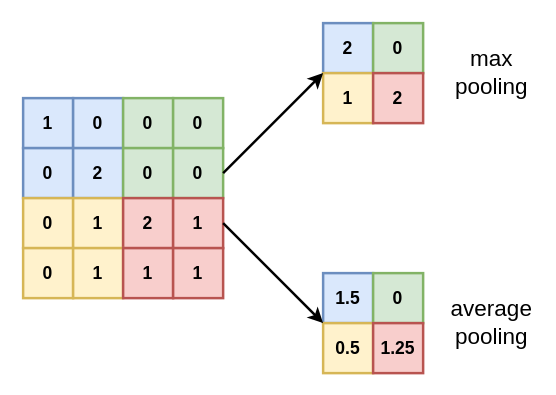
Before: diagrams/6-cvn/pooling.drawio in joshtingey/phd-thesis, a draw.io diagram. Source tidied: cells renumbered, new cells numbered last; positions are measured from the earlier drawing's top-left corner, leaving out a move shared by most shapes. Both pictures are drawn from the tidied source at 125%, with x=0, y=0 at pixel (22, 22).
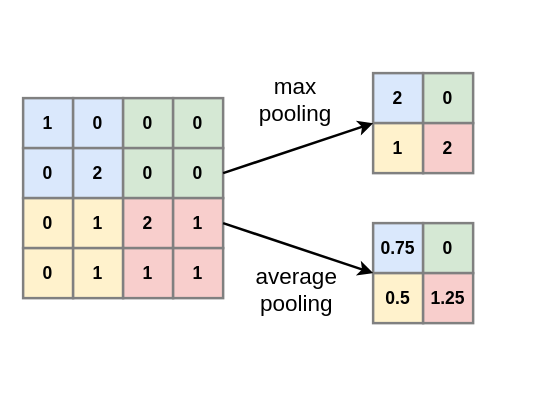
The same diagram, later.

Diff of the diagram source:
```diff
@@
-    <mxCell id="2" value="2" style="whiteSpace=wrap;html=1;horizontal=1;verticalAlign=middle;fontSize=14;fillColor=#dae8fc;fontStyle=1;strokeColor=#6c8ebf;strokeWidth=2;" parent="1" vertex="1">
-      <mxGeometry x="240" width="40" height="40" as="geometry" />
+    <mxCell id="2" value="2" style="whiteSpace=wrap;html=1;horizontal=1;verticalAlign=middle;fontSize=14;fillColor=#dae8fc;fontStyle=1;strokeColor=#808080;strokeWidth=2;" parent="1" vertex="1">
+      <mxGeometry x="280" y="40" width="40" height="40" as="geometry" />
     </mxCell>
-    <mxCell id="3" value="0" style="whiteSpace=wrap;html=1;horizontal=1;verticalAlign=middle;fontSize=14;fillColor=#d5e8d4;fontStyle=1;strokeColor=#82b366;strokeWidth=2;" parent="1" vertex="1">
-      <mxGeometry x="280" width="40" height="40" as="geometry" />
+    <mxCell id="3" value="0" style="whiteSpace=wrap;html=1;horizontal=1;verticalAlign=middle;fontSize=14;fillColor=#d5e8d4;fontStyle=1;strokeColor=#808080;strokeWidth=2;" parent="1" vertex="1">
+      <mxGeometry x="320" y="40" width="40" height="40" as="geometry" />
     </mxCell>
-    <mxCell id="4" value="1" style="whiteSpace=wrap;html=1;horizontal=1;verticalAlign=middle;fontSize=14;fillColor=#fff2cc;fontStyle=1;strokeColor=#d6b656;strokeWidth=2;" parent="1" vertex="1">
-      <mxGeometry x="240" y="40" width="40" height="40" as="geometry" />
+    <mxCell id="4" value="1" style="whiteSpace=wrap;html=1;horizontal=1;verticalAlign=middle;fontSize=14;fillColor=#fff2cc;fontStyle=1;strokeColor=#808080;strokeWidth=2;" parent="1" vertex="1">
+      <mxGeometry x="280" y="80" width="40" height="40" as="geometry" />
     </mxCell>
-    <mxCell id="5" value="2" style="whiteSpace=wrap;html=1;horizontal=1;verticalAlign=middle;fontSize=14;fillColor=#f8cecc;fontStyle=1;strokeColor=#b85450;strokeWidth=2;" parent="1" vertex="1">
-      <mxGeometry x="280" y="40" width="40" height="40" as="geometry" />
+    <mxCell id="5" value="2" style="whiteSpace=wrap;html=1;horizontal=1;verticalAlign=middle;fontSize=14;fillColor=#f8cecc;fontStyle=1;strokeColor=#808080;strokeWidth=2;" parent="1" vertex="1">
+      <mxGeometry x="320" y="80" width="40" height="40" as="geometry" />
     </mxCell>
-    <mxCell id="6" value="1" style="whiteSpace=wrap;html=1;horizontal=1;verticalAlign=middle;fontSize=14;fillColor=#dae8fc;fontStyle=1;strokeColor=#6c8ebf;strokeWidth=2;" parent="1" vertex="1">
+    <mxCell id="6" value="1" style="whiteSpace=wrap;html=1;horizontal=1;verticalAlign=middle;fontSize=14;fillColor=#dae8fc;fontStyle=1;strokeColor=#808080;strokeWidth=2;" parent="1" vertex="1">
       <mxGeometry y="60" width="40" height="40" as="geometry" />
     </mxCell>
-    <mxCell id="7" value="0" style="whiteSpace=wrap;html=1;horizontal=1;verticalAlign=middle;fontSize=14;fillColor=#dae8fc;fontStyle=1;strokeColor=#6c8ebf;strokeWidth=2;" parent="1" vertex="1">
+    <mxCell id="7" value="0" style="whiteSpace=wrap;html=1;horizontal=1;verticalAlign=middle;fontSize=14;fillColor=#dae8fc;fontStyle=1;strokeColor=#808080;strokeWidth=2;" parent="1" vertex="1">
       <mxGeometry x="40" y="60" width="40" height="40" as="geometry" />
     </mxCell>
-    <mxCell id="8" value="0" style="whiteSpace=wrap;html=1;horizontal=1;verticalAlign=middle;fontSize=14;fillColor=#d5e8d4;fontStyle=1;strokeColor=#82b366;strokeWidth=2;" parent="1" vertex="1">
+    <mxCell id="8" value="0" style="whiteSpace=wrap;html=1;horizontal=1;verticalAlign=middle;fontSize=14;fillColor=#d5e8d4;fontStyle=1;strokeColor=#808080;strokeWidth=2;" parent="1" vertex="1">
       <mxGeometry x="80" y="60" width="40" height="40" as="geometry" />
     </mxCell>
-    <mxCell id="9" value="0" style="whiteSpace=wrap;html=1;horizontal=1;verticalAlign=middle;fontSize=14;fillColor=#d5e8d4;fontStyle=1;strokeColor=#82b366;strokeWidth=2;" parent="1" vertex="1">
+    <mxCell id="9" value="0" style="whiteSpace=wrap;html=1;horizontal=1;verticalAlign=middle;fontSize=14;fillColor=#d5e8d4;fontStyle=1;strokeColor=#808080;strokeWidth=2;" parent="1" vertex="1">
       <mxGeometry x="120" y="60" width="40" height="40" as="geometry" />
     </mxCell>
-    <mxCell id="10" value="0" style="whiteSpace=wrap;html=1;horizontal=1;verticalAlign=middle;fontSize=14;fillColor=#dae8fc;fontStyle=1;strokeColor=#6c8ebf;strokeWidth=2;" parent="1" vertex="1">
+    <mxCell id="10" value="0" style="whiteSpace=wrap;html=1;horizontal=1;verticalAlign=middle;fontSize=14;fillColor=#dae8fc;fontStyle=1;strokeColor=#808080;strokeWidth=2;" parent="1" vertex="1">
       <mxGeometry y="100" width="40" height="40" as="geometry" />
     </mxCell>
-    <mxCell id="11" value="2" style="whiteSpace=wrap;html=1;horizontal=1;verticalAlign=middle;fontSize=14;fillColor=#dae8fc;fontStyle=1;strokeColor=#6c8ebf;strokeWidth=2;" parent="1" vertex="1">
+    <mxCell id="11" value="2" style="whiteSpace=wrap;html=1;horizontal=1;verticalAlign=middle;fontSize=14;fillColor=#dae8fc;fontStyle=1;strokeColor=#808080;strokeWidth=2;" parent="1" vertex="1">
       <mxGeometry x="40" y="100" width="40" height="40" as="geometry" />
     </mxCell>
-    <mxCell id="12" value="0" style="whiteSpace=wrap;html=1;horizontal=1;verticalAlign=middle;fontSize=14;fillColor=#d5e8d4;fontStyle=1;strokeColor=#82b366;strokeWidth=2;" parent="1" vertex="1">
+    <mxCell id="12" value="0" style="whiteSpace=wrap;html=1;horizontal=1;verticalAlign=middle;fontSize=14;fillColor=#d5e8d4;fontStyle=1;strokeColor=#808080;strokeWidth=2;" parent="1" vertex="1">
       <mxGeometry x="80" y="100" width="40" height="40" as="geometry" />
     </mxCell>
-    <mxCell id="13" value="0" style="whiteSpace=wrap;html=1;horizontal=1;verticalAlign=middle;fontSize=14;fillColor=#d5e8d4;fontStyle=1;strokeColor=#82b366;strokeWidth=2;" parent="1" vertex="1">
+    <mxCell id="13" value="0" style="whiteSpace=wrap;html=1;horizontal=1;verticalAlign=middle;fontSize=14;fillColor=#d5e8d4;fontStyle=1;strokeColor=#808080;strokeWidth=2;" parent="1" vertex="1">
       <mxGeometry x="120" y="100" width="40" height="40" as="geometry" />
     </mxCell>
-    <mxCell id="14" value="0" style="whiteSpace=wrap;html=1;horizontal=1;verticalAlign=middle;fontSize=14;fillColor=#fff2cc;fontStyle=1;strokeColor=#d6b656;strokeWidth=2;" parent="1" vertex="1">
+    <mxCell id="14" value="0" style="whiteSpace=wrap;html=1;horizontal=1;verticalAlign=middle;fontSize=14;fillColor=#fff2cc;fontStyle=1;strokeColor=#808080;strokeWidth=2;" parent="1" vertex="1">
       <mxGeometry y="140" width="40" height="40" as="geometry" />
     </mxCell>
-    <mxCell id="15" value="1" style="whiteSpace=wrap;html=1;horizontal=1;verticalAlign=middle;fontSize=14;fillColor=#fff2cc;fontStyle=1;strokeColor=#d6b656;strokeWidth=2;" parent="1" vertex="1">
+    <mxCell id="15" value="1" style="whiteSpace=wrap;html=1;horizontal=1;verticalAlign=middle;fontSize=14;fillColor=#fff2cc;fontStyle=1;strokeColor=#808080;strokeWidth=2;" parent="1" vertex="1">
       <mxGeometry x="40" y="140" width="40" height="40" as="geometry" />
     </mxCell>
-    <mxCell id="16" value="2" style="whiteSpace=wrap;html=1;horizontal=1;verticalAlign=middle;fontSize=14;fillColor=#f8cecc;fontStyle=1;strokeColor=#b85450;strokeWidth=2;" parent="1" vertex="1">
+    <mxCell id="16" value="2" style="whiteSpace=wrap;html=1;horizontal=1;verticalAlign=middle;fontSize=14;fillColor=#f8cecc;fontStyle=1;strokeColor=#808080;strokeWidth=2;" parent="1" vertex="1">
       <mxGeometry x="80" y="140" width="40" height="40" as="geometry" />
     </mxCell>
-    <mxCell id="17" value="1" style="whiteSpace=wrap;html=1;horizontal=1;verticalAlign=middle;fontSize=14;fillColor=#f8cecc;fontStyle=1;strokeColor=#b85450;strokeWidth=2;" parent="1" vertex="1">
+    <mxCell id="17" value="1" style="whiteSpace=wrap;html=1;horizontal=1;verticalAlign=middle;fontSize=14;fillColor=#f8cecc;fontStyle=1;strokeColor=#808080;strokeWidth=2;" parent="1" vertex="1">
       <mxGeometry x="120" y="140" width="40" height="40" as="geometry" />
     </mxCell>
-    <mxCell id="18" value="0" style="whiteSpace=wrap;html=1;horizontal=1;verticalAlign=middle;fontSize=14;fillColor=#fff2cc;fontStyle=1;strokeColor=#d6b656;strokeWidth=2;" parent="1" vertex="1">
+    <mxCell id="18" value="0" style="whiteSpace=wrap;html=1;horizontal=1;verticalAlign=middle;fontSize=14;fillColor=#fff2cc;fontStyle=1;strokeColor=#808080;strokeWidth=2;" parent="1" vertex="1">
       <mxGeometry y="180" width="40" height="40" as="geometry" />
     </mxCell>
-    <mxCell id="19" value="1" style="whiteSpace=wrap;html=1;horizontal=1;verticalAlign=middle;fontSize=14;fillColor=#fff2cc;fontStyle=1;strokeColor=#d6b656;strokeWidth=2;" parent="1" vertex="1">
+    <mxCell id="19" value="1" style="whiteSpace=wrap;html=1;horizontal=1;verticalAlign=middle;fontSize=14;fillColor=#fff2cc;fontStyle=1;strokeColor=#808080;strokeWidth=2;" parent="1" vertex="1">
       <mxGeometry x="40" y="180" width="40" height="40" as="geometry" />
     </mxCell>
-    <mxCell id="20" value="1" style="whiteSpace=wrap;html=1;horizontal=1;verticalAlign=middle;fontSize=14;fillColor=#f8cecc;fontStyle=1;strokeColor=#b85450;strokeWidth=2;" parent="1" vertex="1">
+    <mxCell id="20" value="1" style="whiteSpace=wrap;html=1;horizontal=1;verticalAlign=middle;fontSize=14;fillColor=#f8cecc;fontStyle=1;strokeColor=#808080;strokeWidth=2;" parent="1" vertex="1">
       <mxGeometry x="80" y="180" width="40" height="40" as="geometry" />
     </mxCell>
-    <mxCell id="21" value="1" style="whiteSpace=wrap;html=1;horizontal=1;verticalAlign=middle;fontSize=14;fillColor=#f8cecc;fontStyle=1;strokeColor=#b85450;strokeWidth=2;" parent="1" vertex="1">
+    <mxCell id="21" value="1" style="whiteSpace=wrap;html=1;horizontal=1;verticalAlign=middle;fontSize=14;fillColor=#f8cecc;fontStyle=1;strokeColor=#808080;strokeWidth=2;" parent="1" vertex="1">
       <mxGeometry x="120" y="180" width="40" height="40" as="geometry" />
     </mxCell>
-    <mxCell id="22" value="1.5" style="whiteSpace=wrap;html=1;horizontal=1;verticalAlign=middle;fontSize=14;fillColor=#dae8fc;fontStyle=1;strokeColor=#6c8ebf;strokeWidth=2;" parent="1" vertex="1">
-      <mxGeometry x="240" y="200" width="40" height="40" as="geometry" />
+    <mxCell id="22" value="0.75" style="whiteSpace=wrap;html=1;horizontal=1;verticalAlign=middle;fontSize=14;fillColor=#dae8fc;fontStyle=1;strokeColor=#808080;strokeWidth=2;" parent="1" vertex="1">
+      <mxGeometry x="280" y="160" width="40" height="40" as="geometry" />
     </mxCell>
-    <mxCell id="23" value="0" style="whiteSpace=wrap;html=1;horizontal=1;verticalAlign=middle;fontSize=14;fillColor=#d5e8d4;fontStyle=1;strokeColor=#82b366;strokeWidth=2;" parent="1" vertex="1">
-      <mxGeometry x="280" y="200" width="40" height="40" as="geometry" />
+    <mxCell id="23" value="0" style="whiteSpace=wrap;html=1;horizontal=1;verticalAlign=middle;fontSize=14;fillColor=#d5e8d4;fontStyle=1;strokeColor=#808080;strokeWidth=2;" parent="1" vertex="1">
+      <mxGeometry x="320" y="160" width="40" height="40" as="geometry" />
     </mxCell>
-    <mxCell id="24" value="0.5" style="whiteSpace=wrap;html=1;horizontal=1;verticalAlign=middle;fontSize=14;fillColor=#fff2cc;fontStyle=1;strokeColor=#d6b656;strokeWidth=2;" parent="1" vertex="1">
-      <mxGeometry x="240" y="240" width="40" height="40" as="geometry" />
+    <mxCell id="24" value="0.5" style="whiteSpace=wrap;html=1;horizontal=1;verticalAlign=middle;fontSize=14;fillColor=#fff2cc;fontStyle=1;strokeColor=#808080;strokeWidth=2;" parent="1" vertex="1">
+      <mxGeometry x="280" y="200" width="40" height="40" as="geometry" />
     </mxCell>
-    <mxCell id="25" value="1.25" style="whiteSpace=wrap;html=1;horizontal=1;verticalAlign=middle;fontSize=14;fillColor=#f8cecc;fontStyle=1;strokeColor=#b85450;strokeWidth=2;" parent="1" vertex="1">
-      <mxGeometry x="280" y="240" width="40" height="40" as="geometry" />
+    <mxCell id="25" value="1.25" style="whiteSpace=wrap;html=1;horizontal=1;verticalAlign=middle;fontSize=14;fillColor=#f8cecc;fontStyle=1;strokeColor=#808080;strokeWidth=2;" parent="1" vertex="1">
+      <mxGeometry x="320" y="200" width="40" height="40" as="geometry" />
     </mxCell>
@@
     <mxCell id="28" value="&lt;font style=&quot;font-size: 18px&quot; face=&quot;lmodern&quot;&gt;max pooling&lt;/font&gt;" style="text;html=1;strokeColor=none;fillColor=none;align=center;verticalAlign=middle;whiteSpace=wrap;rounded=0;" parent="1" vertex="1">
-      <mxGeometry x="340" y="30" width="70" height="20" as="geometry" />
+      <mxGeometry x="183" y="52" width="70" height="20" as="geometry" />
     </mxCell>
     <mxCell id="29" value="&lt;font style=&quot;font-size: 18px&quot; face=&quot;lmodern&quot;&gt;average pooling&lt;/font&gt;" style="text;html=1;strokeColor=none;fillColor=none;align=center;verticalAlign=middle;whiteSpace=wrap;rounded=0;" parent="1" vertex="1">
-      <mxGeometry x="340" y="230" width="70" height="20" as="geometry" />
+      <mxGeometry x="184" y="204" width="70" height="20" as="geometry" />
     </mxCell>
```
